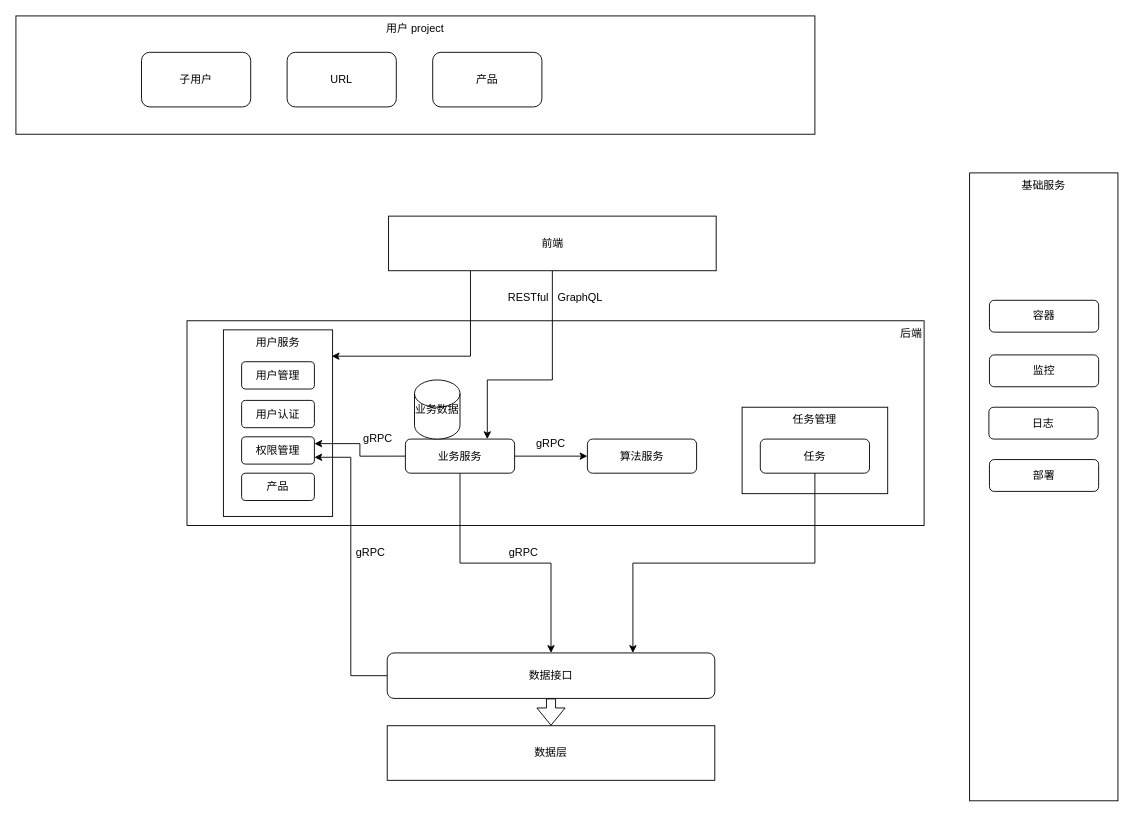
This is ai-talents.drawio from xianghuzhao/chart, a draw.io file, before an edit. Source tidied: cells renumbered, new cells numbered last; positions are measured from the earlier drawing's top-left corner, leaving out a move shared by most shapes. Both pictures are drawn from the tidied source at 91%, with x=0, y=0 at pixel (15, 15).
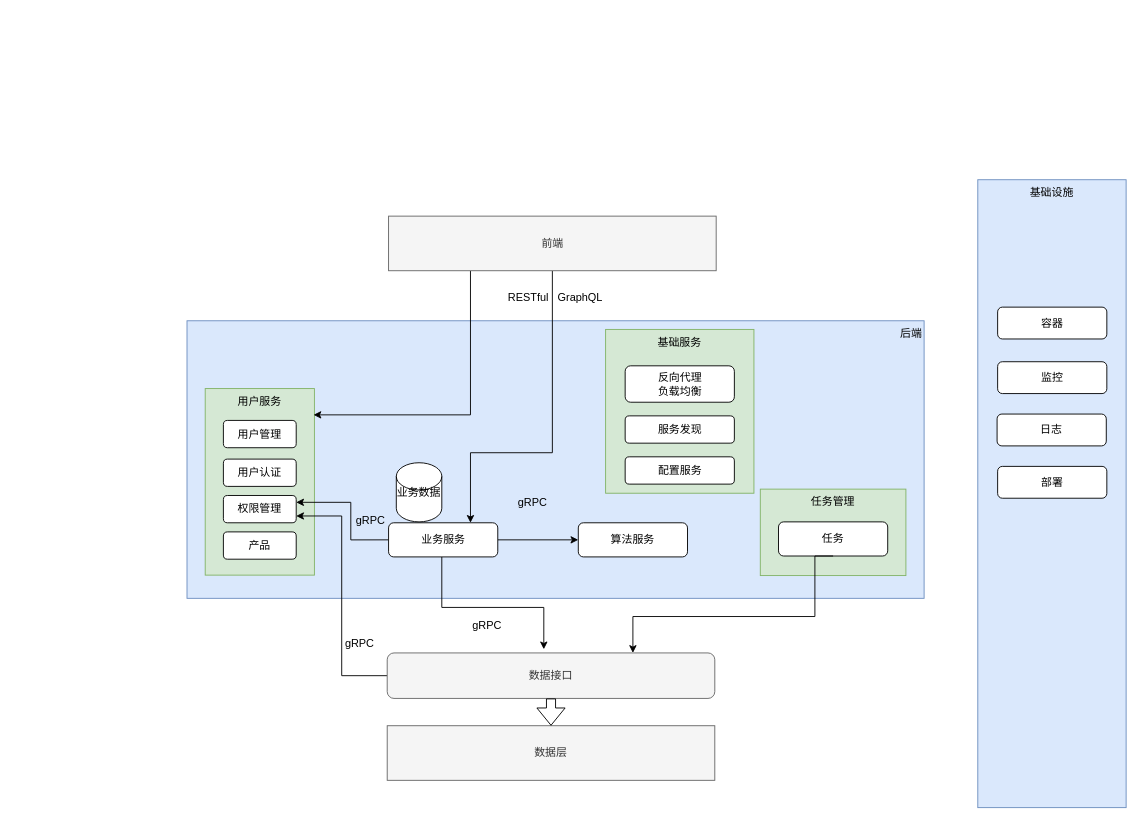
The same diagram, later.

What changed in the source:
```diff
@@
-    <mxCell id="2" value="后端" style="rounded=0;whiteSpace=wrap;html=1;align=right;verticalAlign=top;" parent="1" vertex="1">
-      <mxGeometry x="188" y="335" width="810" height="225" as="geometry" />
+    <mxCell id="2" value="后端" style="rounded=0;whiteSpace=wrap;html=1;align=right;verticalAlign=top;fillColor=#dae8fc;strokeColor=#6c8ebf;" parent="1" vertex="1">
+      <mxGeometry x="188" y="335" width="810" height="305" as="geometry" />
     </mxCell>
-    <mxCell id="3" value="用户服务" style="rounded=0;whiteSpace=wrap;html=1;verticalAlign=top;" parent="1" vertex="1">
-      <mxGeometry x="228" y="345" width="120" height="205" as="geometry" />
+    <mxCell id="3" value="用户服务" style="rounded=0;whiteSpace=wrap;html=1;verticalAlign=top;fillColor=#d5e8d4;strokeColor=#82b366;" parent="1" vertex="1">
+      <mxGeometry x="208" y="409.5" width="120" height="205" as="geometry" />
     </mxCell>
     <mxCell id="4" value="用户管理" style="rounded=1;whiteSpace=wrap;html=1;" parent="1" vertex="1">
-      <mxGeometry x="248" y="380" width="80" height="30" as="geometry" />
+      <mxGeometry x="228" y="444.5" width="80" height="30" as="geometry" />
     </mxCell>
     <mxCell id="5" value="用户认证" style="rounded=1;whiteSpace=wrap;html=1;" parent="1" vertex="1">
-      <mxGeometry x="248" y="422.5" width="80" height="30" as="geometry" />
+      <mxGeometry x="228" y="487" width="80" height="30" as="geometry" />
     </mxCell>
     <mxCell id="6" value="权限管理" style="rounded=1;whiteSpace=wrap;html=1;" parent="1" vertex="1">
-      <mxGeometry x="248" y="462.5" width="80" height="30" as="geometry" />
+      <mxGeometry x="228" y="527" width="80" height="30" as="geometry" />
     </mxCell>
-    <mxCell id="7" value="数据层" style="rounded=0;whiteSpace=wrap;html=1;" parent="1" vertex="1">
+    <mxCell id="7" value="数据层" style="rounded=0;whiteSpace=wrap;html=1;fillColor=#f5f5f5;strokeColor=#666666;fontColor=#333333;" parent="1" vertex="1">
       <mxGeometry x="408" y="780" width="360" height="60" as="geometry" />
     </mxCell>
@@
-    <mxCell id="9" value="数据接口" style="rounded=1;whiteSpace=wrap;html=1;" parent="1" vertex="1">
+    <mxCell id="9" value="数据接口" style="rounded=1;whiteSpace=wrap;html=1;fillColor=#f5f5f5;strokeColor=#666666;fontColor=#333333;" parent="1" vertex="1">
       <mxGeometry x="408" y="700" width="360" height="50" as="geometry" />
     </mxCell>
-    <mxCell id="10" style="edgeStyle=orthogonalEdgeStyle;rounded=0;jettySize=auto;html=1;entryX=0.5;entryY=0;entryDx=0;entryDy=0;" parent="1" edge="1" source="13" target="9">
-      <mxGeometry relative="1" as="geometry" />
-    </mxCell>
@@
     <mxCell id="12" style="edgeStyle=orthogonalEdgeStyle;rounded=0;jettySize=auto;html=1;exitX=0;exitY=0.5;exitDx=0;exitDy=0;entryX=1;entryY=0.25;entryDx=0;entryDy=0;" parent="1" edge="1" source="13" target="6">
-      <mxGeometry relative="1" as="geometry" />
+      <mxGeometry relative="1" as="geometry">
+        <Array as="points">
+          <mxPoint x="368" y="576" />
+          <mxPoint x="368" y="535" />
+        </Array>
+      </mxGeometry>
     </mxCell>
+    <mxCell id="10" style="edgeStyle=orthogonalEdgeStyle;rounded=0;jettySize=auto;html=1;entryX=0.478;entryY=-0.08;entryDx=0;entryDy=0;entryPerimeter=0;" parent="1" edge="1" source="13" target="9">
+      <mxGeometry relative="1" as="geometry">
+        <Array as="points">
+          <mxPoint x="468" y="650" />
+          <mxPoint x="580" y="650" />
+        </Array>
+      </mxGeometry>
+    </mxCell>
     <mxCell id="13" value="业务服务" style="rounded=1;whiteSpace=wrap;html=1;" parent="1" vertex="1">
-      <mxGeometry x="428" y="465" width="120" height="37.5" as="geometry" />
+      <mxGeometry x="409.5" y="557" width="120" height="37.5" as="geometry" />
     </mxCell>
     <mxCell id="14" value="算法服务" style="rounded=1;whiteSpace=wrap;html=1;" parent="1" vertex="1">
-      <mxGeometry x="628" y="465" width="120" height="37.5" as="geometry" />
+      <mxGeometry x="618" y="557" width="120" height="37.5" as="geometry" />
     </mxCell>
-    <mxCell id="15" value="基础服务" style="rounded=0;whiteSpace=wrap;html=1;verticalAlign=top;" parent="1" vertex="1">
-      <mxGeometry x="1048" y="172.5" width="163" height="690" as="geometry" />
+    <mxCell id="15" value="基础设施" style="rounded=0;whiteSpace=wrap;html=1;verticalAlign=top;fillColor=#dae8fc;strokeColor=#6c8ebf;" parent="1" vertex="1">
+      <mxGeometry x="1057" y="180" width="163" height="690" as="geometry" />
     </mxCell>
     <mxCell id="16" value="监控" style="rounded=1;whiteSpace=wrap;html=1;" parent="1" vertex="1">
-      <mxGeometry x="1069.8" y="372.5" width="120" height="35" as="geometry" />
+      <mxGeometry x="1078.8" y="380" width="120" height="35" as="geometry" />
     </mxCell>
     <mxCell id="17" value="日志" style="rounded=1;whiteSpace=wrap;html=1;" parent="1" vertex="1">
-      <mxGeometry x="1069.2" y="430" width="120" height="35" as="geometry" />
+      <mxGeometry x="1078.2" y="437.5" width="120" height="35" as="geometry" />
     </mxCell>
@@
-    <mxCell id="19" value="用户 project" style="rounded=0;whiteSpace=wrap;html=1;verticalAlign=top;" parent="1" vertex="1">
-      <mxGeometry width="878" height="130" as="geometry" />
-    </mxCell>
-    <mxCell id="20" value="URL" style="rounded=1;whiteSpace=wrap;html=1;" parent="1" vertex="1">
-      <mxGeometry x="298" y="40" width="120" height="60" as="geometry" />
-    </mxCell>
     <mxCell id="21" value="部署" style="rounded=1;whiteSpace=wrap;html=1;" parent="1" vertex="1">
-      <mxGeometry x="1069.8" y="487.5" width="120" height="35" as="geometry" />
+      <mxGeometry x="1078.8" y="495" width="120" height="35" as="geometry" />
     </mxCell>
-    <mxCell id="22" value="产品" style="rounded=1;whiteSpace=wrap;html=1;" parent="1" vertex="1">
-      <mxGeometry x="458" y="40" width="120" height="60" as="geometry" />
-    </mxCell>
-    <mxCell id="23" value="子用户" style="rounded=1;whiteSpace=wrap;html=1;" parent="1" vertex="1">
-      <mxGeometry x="138" y="40" width="120" height="60" as="geometry" />
-    </mxCell>
     <mxCell id="24" value="产品" style="rounded=1;whiteSpace=wrap;html=1;" parent="1" vertex="1">
-      <mxGeometry x="248" y="502.5" width="80" height="30" as="geometry" />
+      <mxGeometry x="228" y="567" width="80" height="30" as="geometry" />
     </mxCell>
     <mxCell id="25" value="容器" style="rounded=1;whiteSpace=wrap;html=1;" parent="1" vertex="1">
-      <mxGeometry x="1069.8" y="312.5" width="120" height="35" as="geometry" />
+      <mxGeometry x="1078.8" y="320" width="120" height="35" as="geometry" />
     </mxCell>
     <mxCell id="26" value="业务数据" style="shape=cylinder2;whiteSpace=wrap;html=1;boundedLbl=1;backgroundOutline=1;size=15;verticalAlign=middle;" parent="1" vertex="1">
-      <mxGeometry x="438" y="400" width="50" height="65" as="geometry" />
+      <mxGeometry x="418" y="491" width="50" height="65" as="geometry" />
     </mxCell>
@@
     <mxCell id="28" style="edgeStyle=orthogonalEdgeStyle;rounded=0;jettySize=auto;html=1;entryX=0.75;entryY=0;entryDx=0;entryDy=0;" parent="1" edge="1" source="29" target="13">
       <mxGeometry relative="1" as="geometry">
         <Array as="points">
-          <mxPoint x="590" y="400" />
-          <mxPoint x="518" y="400" />
+          <mxPoint x="590" y="480" />
+          <mxPoint x="500" y="480" />
         </Array>
       </mxGeometry>
     </mxCell>
-    <mxCell id="29" value="前端" style="rounded=0;whiteSpace=wrap;html=1;" parent="1" vertex="1">
+    <mxCell id="29" value="前端" style="rounded=0;whiteSpace=wrap;html=1;fillColor=#f5f5f5;strokeColor=#666666;fontColor=#333333;" parent="1" vertex="1">
       <mxGeometry x="409.5" y="220" width="360" height="60" as="geometry" />
     </mxCell>
@@
     <mxCell id="31" value="gRPC" style="text;html=1;strokeColor=none;fillColor=none;align=center;verticalAlign=middle;whiteSpace=wrap;rounded=0;" parent="1" vertex="1">
-      <mxGeometry x="568" y="460" width="40" height="20" as="geometry" />
+      <mxGeometry x="548" y="524.5" width="40" height="20" as="geometry" />
     </mxCell>
     <mxCell id="32" value="gRPC" style="text;html=1;strokeColor=none;fillColor=none;align=center;verticalAlign=middle;whiteSpace=wrap;rounded=0;" parent="1" vertex="1">
-      <mxGeometry x="538" y="580" width="40" height="20" as="geometry" />
+      <mxGeometry x="498" y="660" width="40" height="20" as="geometry" />
     </mxCell>
     <mxCell id="33" value="gRPC" style="text;html=1;strokeColor=none;fillColor=none;align=center;verticalAlign=middle;whiteSpace=wrap;rounded=0;" parent="1" vertex="1">
-      <mxGeometry x="378" y="455" width="40" height="20" as="geometry" />
+      <mxGeometry x="369.5" y="544.5" width="40" height="20" as="geometry" />
     </mxCell>
     <mxCell id="34" value="gRPC" style="text;html=1;strokeColor=none;fillColor=none;align=center;verticalAlign=middle;whiteSpace=wrap;rounded=0;" parent="1" vertex="1">
-      <mxGeometry x="369.5" y="580" width="40" height="20" as="geometry" />
+      <mxGeometry x="358" y="680" width="40" height="20" as="geometry" />
     </mxCell>
-    <mxCell id="35" value="任务管理" style="rounded=0;whiteSpace=wrap;html=1;verticalAlign=top;" parent="1" vertex="1">
-      <mxGeometry x="798" y="430" width="160" height="95" as="geometry" />
+    <mxCell id="35" value="任务管理" style="rounded=0;whiteSpace=wrap;html=1;verticalAlign=top;fillColor=#d5e8d4;strokeColor=#82b366;" parent="1" vertex="1">
+      <mxGeometry x="818" y="520" width="160" height="95" as="geometry" />
     </mxCell>
     <mxCell id="36" value="任务" style="rounded=1;whiteSpace=wrap;html=1;" parent="1" vertex="1">
-      <mxGeometry x="818" y="465" width="120" height="37.5" as="geometry" />
+      <mxGeometry x="838" y="556" width="120" height="37.5" as="geometry" />
     </mxCell>
     <mxCell id="37" style="edgeStyle=orthogonalEdgeStyle;rounded=0;jettySize=auto;html=1;entryX=0.75;entryY=0;entryDx=0;entryDy=0;exitX=0.5;exitY=1;exitDx=0;exitDy=0;" parent="1" edge="1" source="36" target="9">
-      <mxGeometry relative="1" as="geometry" />
+      <mxGeometry relative="1" as="geometry">
+        <Array as="points">
+          <mxPoint x="878" y="660" />
+          <mxPoint x="678" y="660" />
+        </Array>
+      </mxGeometry>
     </mxCell>
@@
+    <mxCell id="39" value="基础服务" style="rounded=0;whiteSpace=wrap;html=1;verticalAlign=top;fillColor=#d5e8d4;strokeColor=#82b366;" parent="1" vertex="1">
+      <mxGeometry x="648" y="344.5" width="163" height="180" as="geometry" />
+    </mxCell>
+    <mxCell id="40" value="反向代理&lt;br&gt;负载均衡" style="rounded=1;whiteSpace=wrap;html=1;" parent="1" vertex="1">
+      <mxGeometry x="669.5" y="384.5" width="120" height="40" as="geometry" />
+    </mxCell>
+    <mxCell id="41" value="配置服务" style="rounded=1;whiteSpace=wrap;html=1;" parent="1" vertex="1">
+      <mxGeometry x="669.5" y="484.5" width="120" height="30" as="geometry" />
+    </mxCell>
+    <mxCell id="42" value="服务发现" style="rounded=1;whiteSpace=wrap;html=1;" parent="1" vertex="1">
+      <mxGeometry x="669.5" y="439.5" width="120" height="30" as="geometry" />
+    </mxCell>
```
